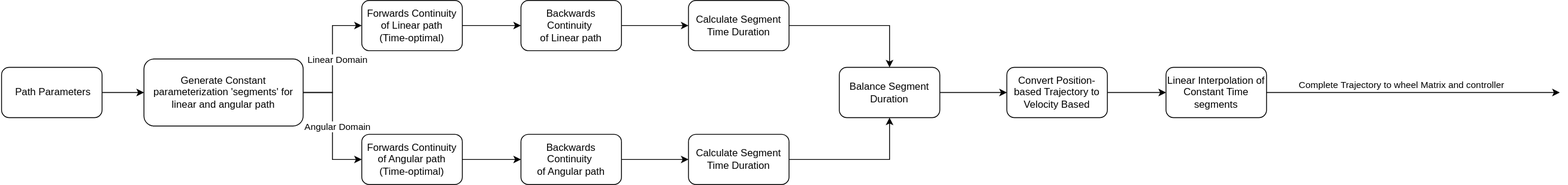
UBC-Thunderbots/Software keeps this draw.io diagram as docs/images/TrajectoryPlanner.svg. Above is the earlier version. Source tidied: cells renumbered, new cells last; positions are measured from the earlier drawing's top-left corner, leaving out a move shared by most shapes.
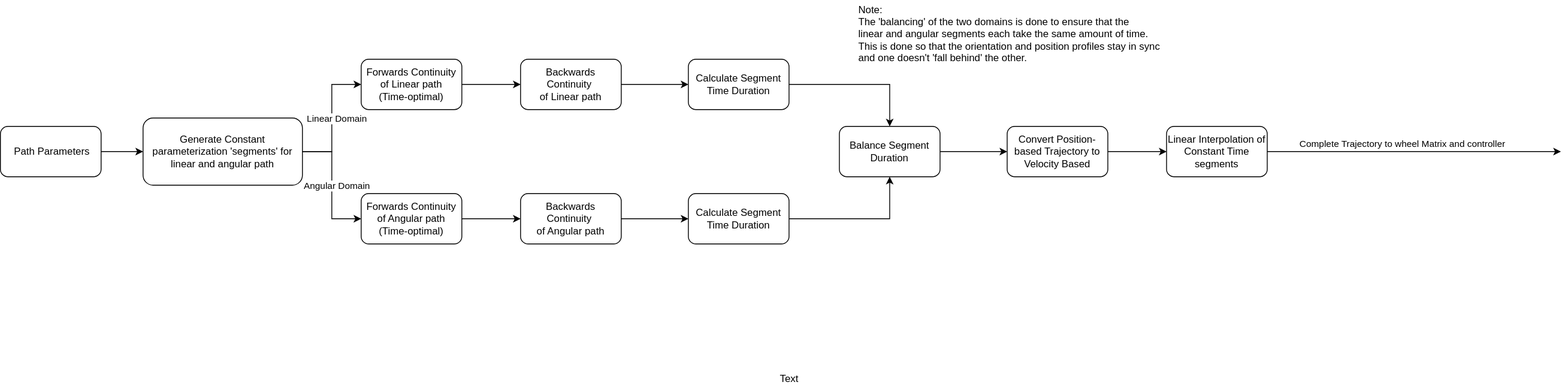
The same diagram one commit later.

Change to the diagram source:
```diff
@@ -88,5 +88,11 @@
     <mxCell id="27" value="Linear Interpolation of Constant Time segments" style="rounded=1;whiteSpace=wrap;html=1;" parent="1" vertex="1">
       <mxGeometry x="1390" y="80" width="120" height="60" as="geometry" />
     </mxCell>
+    <mxCell id="28" value="Note:&lt;br&gt;The 'balancing' of the two domains is done to ensure that the &lt;br&gt;linear and angular segments each take the same amount of time.&lt;br&gt;This is done so that the orientation and position profiles stay in sync&lt;br&gt;and one doesn't 'fall behind' the other." style="text;html=1;align=left;verticalAlign=middle;rotation=0;" parent="1" vertex="1">
+      <mxGeometry x="1020.5" y="-70" width="380" height="80" as="geometry" />
+    </mxCell>
+    <mxCell id="29" value="Text" style="text;html=1;align=center;verticalAlign=middle;" parent="1" vertex="1">
+      <mxGeometry x="920" y="371" width="40" height="20" as="geometry" />
+    </mxCell>
   </root>
 </mxGraphModel>
```
